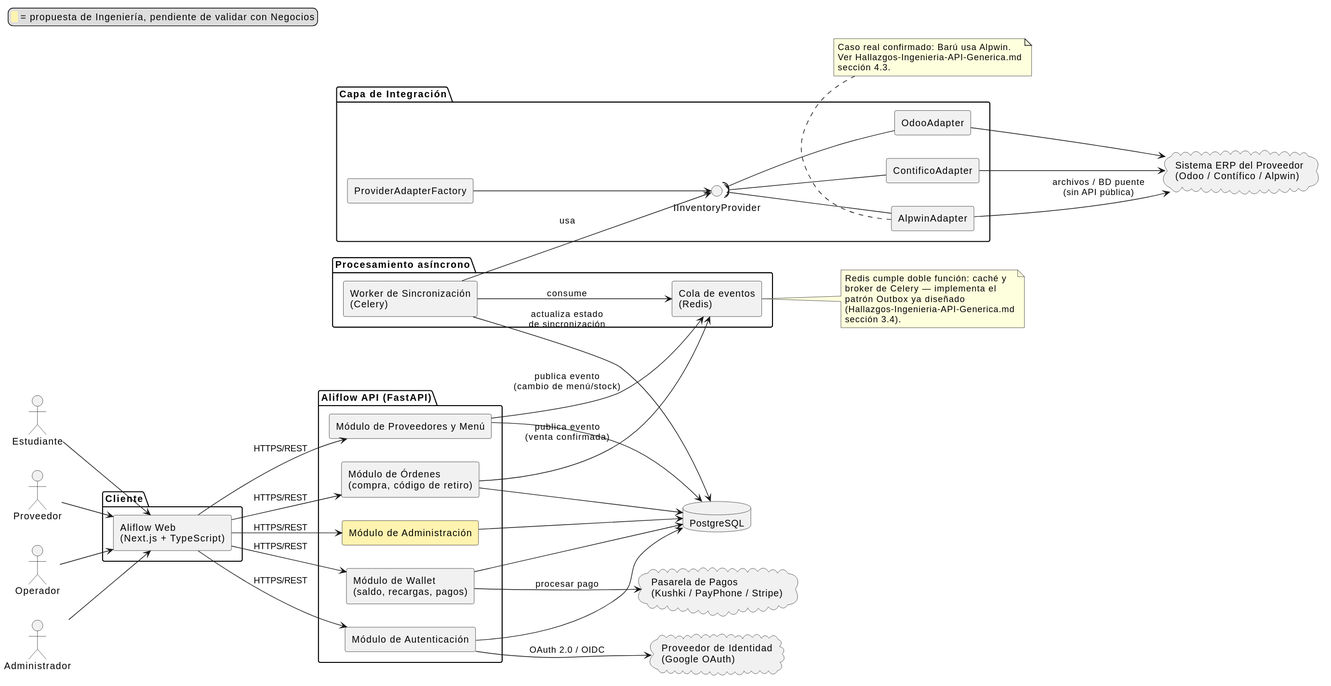
Earlier version of the PlantUML export uml/diagrama-componentes.svg (Jesus-JB/aliflow). The source it was exported from:
```plantuml
@startuml
skinparam componentStyle rectangle
left to right direction

legend top left
  <back:#FFF3B0>  </back> = propuesta de Ingeniería, pendiente de validar con Negocios
endlegend

actor Estudiante
actor Proveedor
actor Operador
actor Administrador

package "Cliente" {
  [Aliflow Web\n(Next.js + TypeScript)] as WEB
}

package "Aliflow API (FastAPI)" {
  [Módulo de Autenticación] as AUTH
  [Módulo de Wallet\n(saldo, recargas, pagos)] as WALLET
  [Módulo de Órdenes\n(compra, código de retiro)] as ORDERS
  [Módulo de Proveedores y Menú] as PROVMOD
  [Módulo de Administración] as ADMINMOD #FFF3B0
}

package "Capa de Integración" {
  interface IInventoryProvider
  [ProviderAdapterFactory] as FACTORY
  [OdooAdapter] as ODOOA
  [ContificoAdapter] as CONTIFICOA
  [AlpwinAdapter] as ALPWINA

  FACTORY --> IInventoryProvider
  ODOOA -up-( IInventoryProvider
  CONTIFICOA -up-( IInventoryProvider
  ALPWINA -up-( IInventoryProvider
}

package "Procesamiento asíncrono" {
  [Cola de eventos\n(Redis)] as QUEUE
  [Worker de Sincronización\n(Celery)] as WORKER
}

database "PostgreSQL" as DB

cloud "Proveedor de Identidad\n(Google OAuth)" as IDP
cloud "Pasarela de Pagos\n(Kushki / PayPhone / Stripe)" as PAY
cloud "Sistema ERP del Proveedor\n(Odoo / Contífico / Alpwin)" as ERP

Estudiante --> WEB
Proveedor --> WEB
Operador --> WEB
Administrador --> WEB

WEB --> AUTH : HTTPS/REST
WEB --> WALLET : HTTPS/REST
WEB --> ORDERS : HTTPS/REST
WEB --> PROVMOD : HTTPS/REST
WEB --> ADMINMOD : HTTPS/REST

AUTH --> IDP : OAuth 2.0 / OIDC
WALLET --> PAY : procesar pago

AUTH --> DB
WALLET --> DB
ORDERS --> DB
PROVMOD --> DB
ADMINMOD --> DB

ORDERS --> QUEUE : publica evento\n(venta confirmada)
PROVMOD --> QUEUE : publica evento\n(cambio de menú/stock)

WORKER --> QUEUE : consume
WORKER --> IInventoryProvider : usa
WORKER --> DB : actualiza estado\nde sincronización

ODOOA --> ERP
CONTIFICOA --> ERP
ALPWINA --> ERP : archivos / BD puente\n(sin API pública)

note bottom of ALPWINA
  Caso real confirmado: Barú usa Alpwin.
  Ver Hallazgos-Ingenieria-API-Generica.md
  sección 4.3.
end note

note right of QUEUE
  Redis cumple doble función: caché y
  broker de Celery — implementa el
  patrón Outbox ya diseñado
  (Hallazgos-Ingenieria-API-Generica.md
  sección 3.4).
end note
@enduml
```
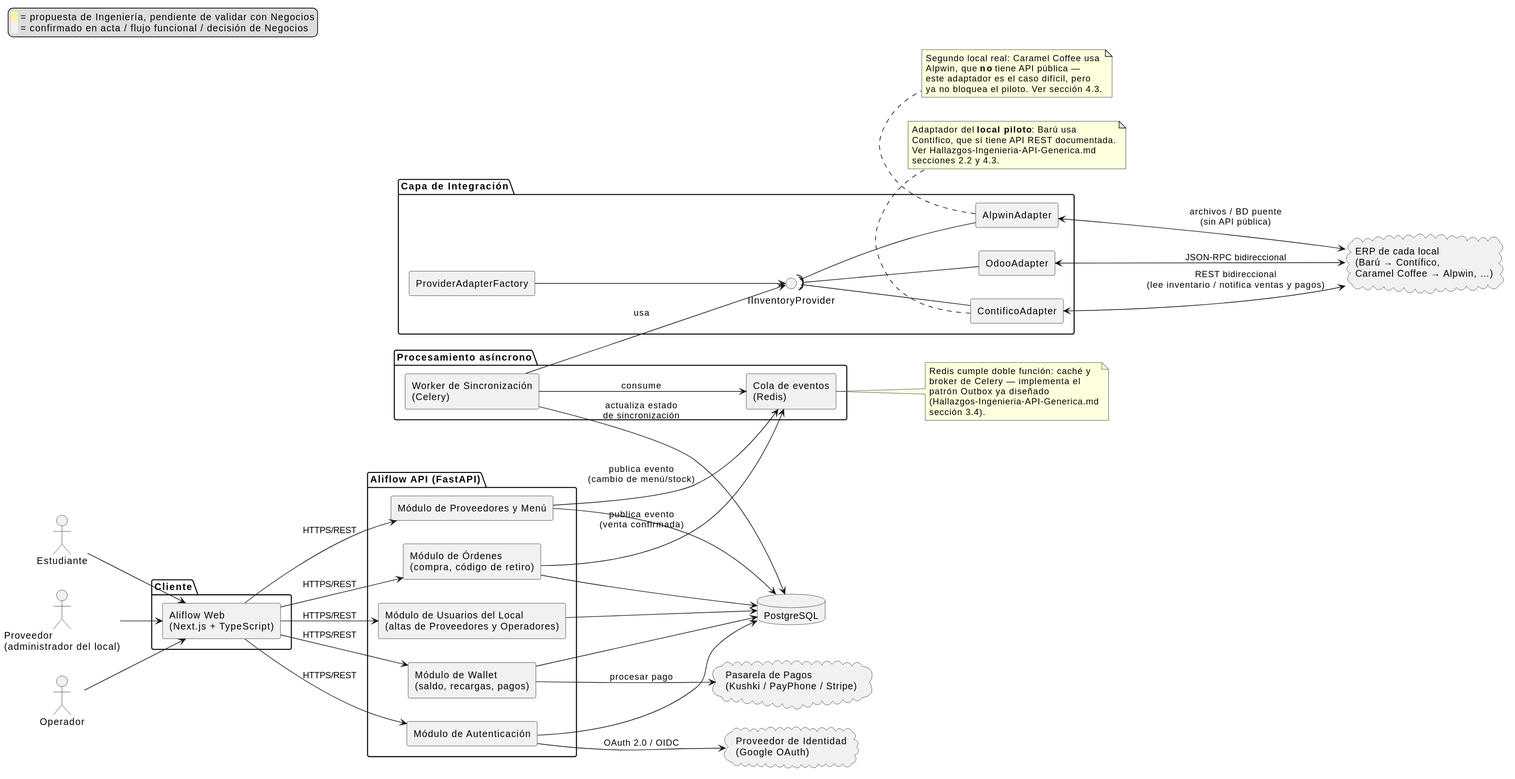
The same diagram one commit later.

Change to the diagram source:
```diff
@@ -4,12 +4,12 @@
 
 legend top left
   <back:#FFF3B0>  </back> = propuesta de Ingeniería, pendiente de validar con Negocios
+  <back:#F1F1F1>  </back> = confirmado en acta / flujo funcional / decisión de Negocios
 endlegend
 
 actor Estudiante
-actor Proveedor
+actor "Proveedor\n(administrador del local)" as Proveedor
 actor Operador
-actor Administrador
 
 package "Cliente" {
   [Aliflow Web\n(Next.js + TypeScript)] as WEB
@@ -20,20 +20,20 @@
   [Módulo de Wallet\n(saldo, recargas, pagos)] as WALLET
   [Módulo de Órdenes\n(compra, código de retiro)] as ORDERS
   [Módulo de Proveedores y Menú] as PROVMOD
-  [Módulo de Administración] as ADMINMOD #FFF3B0
+  [Módulo de Usuarios del Local\n(altas de Proveedores y Operadores)] as USERMOD
 }
 
 package "Capa de Integración" {
   interface IInventoryProvider
   [ProviderAdapterFactory] as FACTORY
-  [OdooAdapter] as ODOOA
   [ContificoAdapter] as CONTIFICOA
   [AlpwinAdapter] as ALPWINA
+  [OdooAdapter] as ODOOA
 
   FACTORY --> IInventoryProvider
-  ODOOA -up-( IInventoryProvider
   CONTIFICOA -up-( IInventoryProvider
   ALPWINA -up-( IInventoryProvider
+  ODOOA -up-( IInventoryProvider
 }
 
 package "Procesamiento asíncrono" {
@@ -45,18 +45,17 @@
 
 cloud "Proveedor de Identidad\n(Google OAuth)" as IDP
 cloud "Pasarela de Pagos\n(Kushki / PayPhone / Stripe)" as PAY
-cloud "Sistema ERP del Proveedor\n(Odoo / Contífico / Alpwin)" as ERP
+cloud "ERP de cada local\n(Barú → Contífico,\nCaramel Coffee → Alpwin, …)" as ERP
 
 Estudiante --> WEB
 Proveedor --> WEB
 Operador --> WEB
-Administrador --> WEB
 
 WEB --> AUTH : HTTPS/REST
 WEB --> WALLET : HTTPS/REST
 WEB --> ORDERS : HTTPS/REST
 WEB --> PROVMOD : HTTPS/REST
-WEB --> ADMINMOD : HTTPS/REST
+WEB --> USERMOD : HTTPS/REST
 
 AUTH --> IDP : OAuth 2.0 / OIDC
 WALLET --> PAY : procesar pago
@@ -65,7 +64,7 @@
 WALLET --> DB
 ORDERS --> DB
 PROVMOD --> DB
-ADMINMOD --> DB
+USERMOD --> DB
 
 ORDERS --> QUEUE : publica evento\n(venta confirmada)
 PROVMOD --> QUEUE : publica evento\n(cambio de menú/stock)
@@ -74,14 +73,22 @@
 WORKER --> IInventoryProvider : usa
 WORKER --> DB : actualiza estado\nde sincronización
 
-ODOOA --> ERP
-CONTIFICOA --> ERP
-ALPWINA --> ERP : archivos / BD puente\n(sin API pública)
+CONTIFICOA <--> ERP : REST bidireccional\n(lee inventario / notifica ventas y pagos)
+ODOOA <--> ERP : JSON-RPC bidireccional
+ALPWINA <--> ERP : archivos / BD puente\n(sin API pública)
+
+note bottom of CONTIFICOA
+  Adaptador del **local piloto**: Barú usa
+  Contífico, que sí tiene API REST documentada.
+  Ver Hallazgos-Ingenieria-API-Generica.md
+  secciones 2.2 y 4.3.
+end note
 
 note bottom of ALPWINA
-  Caso real confirmado: Barú usa Alpwin.
-  Ver Hallazgos-Ingenieria-API-Generica.md
-  sección 4.3.
+  Segundo local real: Caramel Coffee usa
+  Alpwin, que **no** tiene API pública —
+  este adaptador es el caso difícil, pero
+  ya no bloquea el piloto. Ver sección 4.3.
 end note
 
 note right of QUEUE
```
